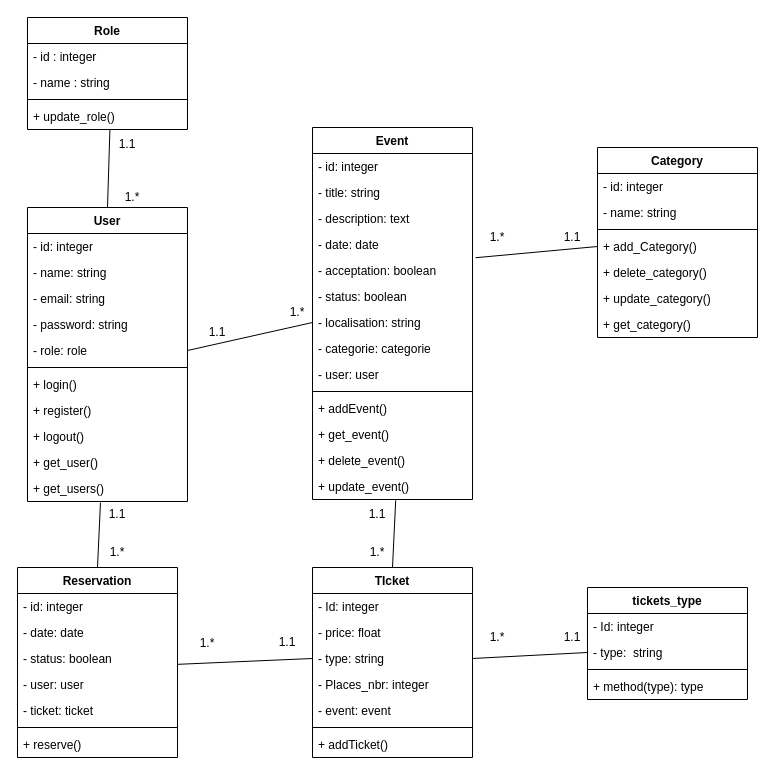
Mohamed072005/YouEvent keeps this draw.io diagram as diagramme_classe.drawio. Above is the earlier version. Source tidied: cells renumbered, new cells numbered last; positions are measured from the earlier drawing's top-left corner, leaving out a move shared by most shapes. Both pictures are drawn from the tidied source at 100%, with x=0, y=0 at pixel (17, 17).
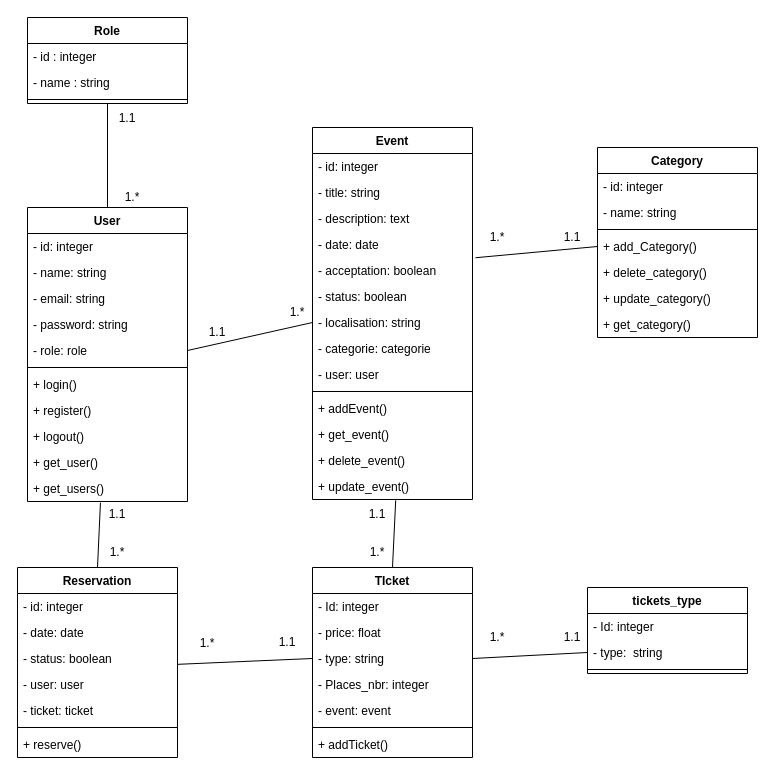
The same diagram, later.

Commit message:
add some edit in diagram class

The change refers to these unchanged cells:
```xml
<mxCell id="2" value="User" style="swimlane;fontStyle=1;align=center;verticalAlign=top;horizontal=1;startSize=26;" parent="1" vertex="1">
  <mxGeometry x="10" y="190" width="160" height="294" as="geometry" />
</mxCell>
```

What changed in the source:
```diff
@@
     <mxCell id="54" value="Role" style="swimlane;fontStyle=1;align=center;verticalAlign=top;horizontal=1;startSize=26;" parent="1" vertex="1">
-      <mxGeometry x="10" width="160" height="112" as="geometry" />
+      <mxGeometry x="10" width="160" height="86" as="geometry" />
     </mxCell>
@@
-    <mxCell id="58" value="+ update_role()" style="text;strokeColor=none;fillColor=none;align=left;verticalAlign=top;spacingLeft=4;spacingRight=4;overflow=hidden;points=[[0,0.5],[1,0.5]];portConstraint=eastwest;" parent="54" vertex="1">
-      <mxGeometry y="86" width="160" height="26" as="geometry" />
-    </mxCell>
@@
     <mxCell id="61" value="tickets_type" style="swimlane;fontStyle=1;align=center;verticalAlign=top;horizontal=1;startSize=26;" parent="1" vertex="1">
-      <mxGeometry x="570" y="570" width="160" height="112" as="geometry" />
+      <mxGeometry x="570" y="570" width="160" height="86" as="geometry" />
     </mxCell>
@@
-    <mxCell id="65" value="+ method(type): type" style="text;strokeColor=none;fillColor=none;align=left;verticalAlign=top;spacingLeft=4;spacingRight=4;overflow=hidden;" parent="61" vertex="1">
-      <mxGeometry y="86" width="160" height="26" as="geometry" />
-    </mxCell>
-    <mxCell id="66" style="endArrow=none;html=1;entryX=0.515;entryY=1.011;entryDx=0;entryDy=0;entryPerimeter=0;exitX=0.5;exitY=0;exitDx=0;exitDy=0;" parent="1" edge="1" source="2" target="58">
+    <mxCell id="66" style="endArrow=none;html=1;entryX=0.5;entryY=1;entryDx=0;entryDy=0;exitX=0.5;exitY=0;exitDx=0;exitDy=0;" parent="1" edge="1" source="2" target="54">
       <mxGeometry relative="1" as="geometry" />
     </mxCell>
     <mxCell id="67" value="1.1" style="text;strokeColor=none;align=center;fillColor=none;html=1;verticalAlign=middle;whiteSpace=wrap;rounded=0;" parent="1" vertex="1">
-      <mxGeometry x="80" y="112" width="60" height="30" as="geometry" />
+      <mxGeometry x="80" y="86" width="60" height="30" as="geometry" />
     </mxCell>
```
